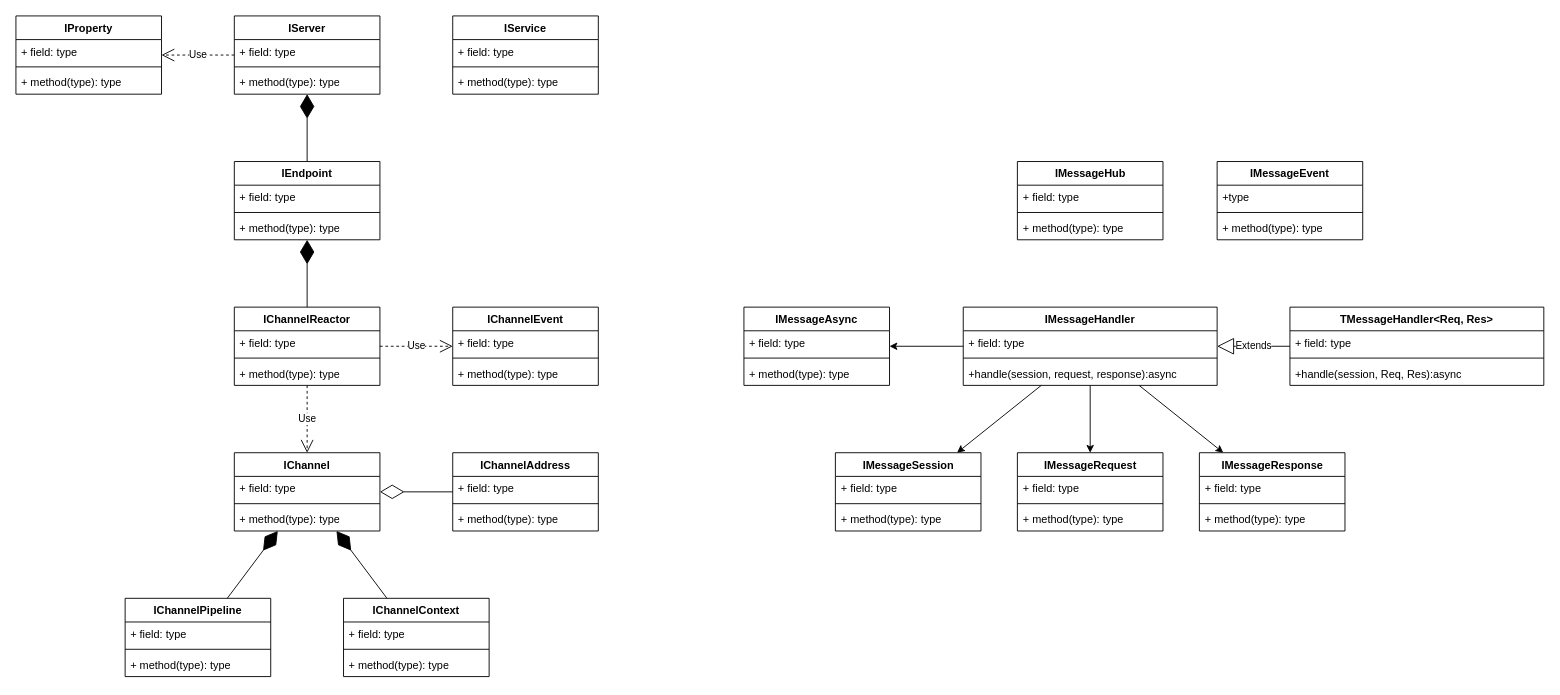
ChivenZhang/OpenMS keeps this draw.io diagram as page "功能结构" (1 of 2) of Document/OpenMS.drawio. Above is the earlier version. Source tidied: cells renumbered, new cells numbered last; positions are measured from the earlier drawing's top-left corner, leaving out a move shared by most shapes. Both pictures are drawn from the tidied source at 91%, with x=0, y=0 at pixel (15, 15).
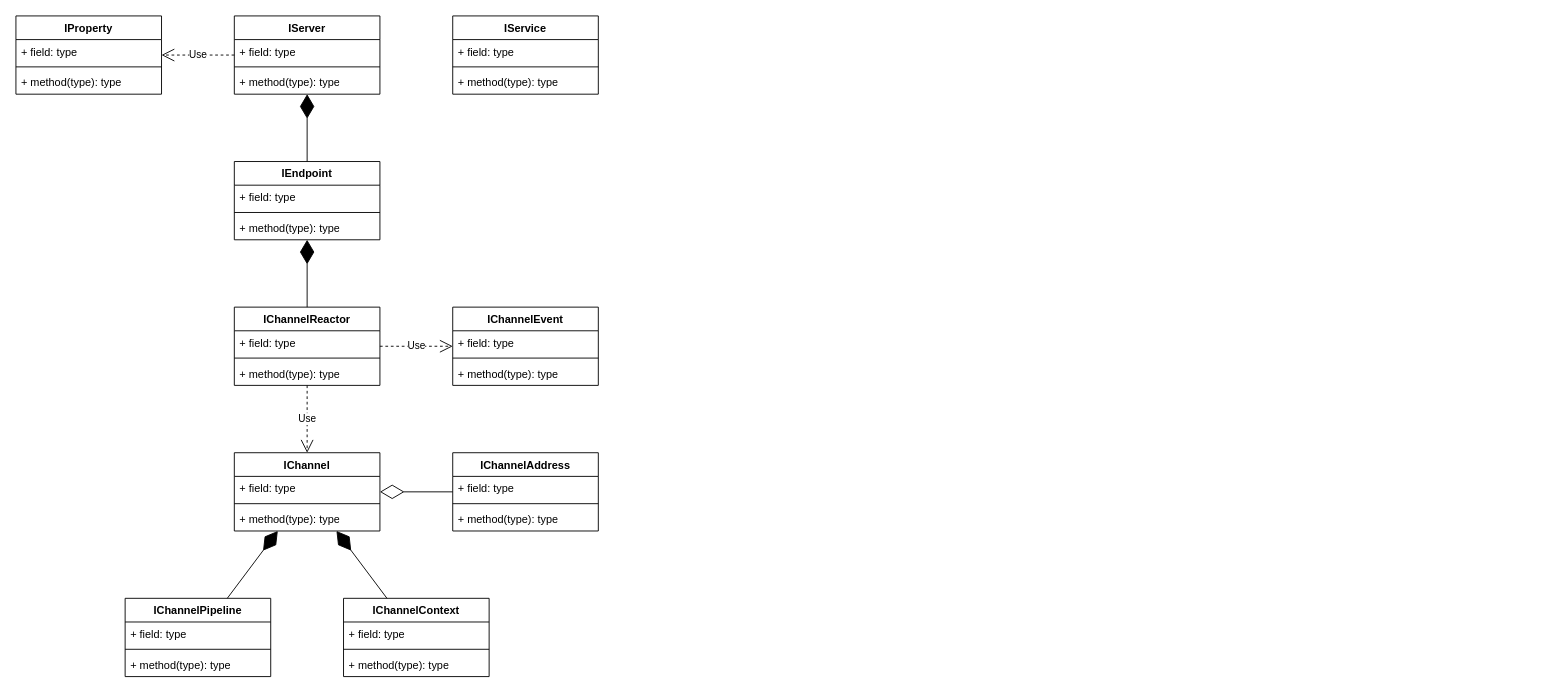
The same diagram, later.

What changed in the source:
```diff
@@
-    <mxCell id="46" value="IMessageEvent" style="swimlane;fontStyle=1;align=center;verticalAlign=top;horizontal=1;startSize=26;whiteSpace=wrap;html=1;" parent="1" vertex="1">
-      <mxGeometry x="1320" y="160" width="160" height="86" as="geometry" />
-    </mxCell>
-    <mxCell id="47" value="+type" style="text;strokeColor=none;fillColor=none;align=left;verticalAlign=top;spacingLeft=4;spacingRight=4;overflow=hidden;whiteSpace=wrap;html=1;" parent="46" vertex="1">
-      <mxGeometry y="26" width="160" height="26" as="geometry" />
-    </mxCell>
-    <mxCell id="48" style="line;strokeWidth=1;fillColor=none;align=left;verticalAlign=middle;spacingTop=-1;spacingLeft=3;spacingRight=3;labelPosition=right;strokeColor=inherit;" parent="46" vertex="1">
-      <mxGeometry y="52" width="160" height="8" as="geometry" />
-    </mxCell>
-    <mxCell id="49" value="+ method(type): type" style="text;strokeColor=none;fillColor=none;align=left;verticalAlign=top;spacingLeft=4;spacingRight=4;overflow=hidden;whiteSpace=wrap;html=1;" parent="46" vertex="1">
-      <mxGeometry y="60" width="160" height="26" as="geometry" />
-    </mxCell>
-    <mxCell id="50" value="IMessageAsync" style="swimlane;fontStyle=1;align=center;verticalAlign=top;horizontal=1;startSize=26;whiteSpace=wrap;html=1;" parent="1" vertex="1">
-      <mxGeometry x="800" y="320" width="160" height="86" as="geometry" />
-    </mxCell>
-    <mxCell id="51" value="+ field: type" style="text;strokeColor=none;fillColor=none;align=left;verticalAlign=top;spacingLeft=4;spacingRight=4;overflow=hidden;whiteSpace=wrap;html=1;" parent="50" vertex="1">
-      <mxGeometry y="26" width="160" height="26" as="geometry" />
-    </mxCell>
-    <mxCell id="52" style="line;strokeWidth=1;fillColor=none;align=left;verticalAlign=middle;spacingTop=-1;spacingLeft=3;spacingRight=3;labelPosition=right;strokeColor=inherit;" parent="50" vertex="1">
-      <mxGeometry y="52" width="160" height="8" as="geometry" />
-    </mxCell>
-    <mxCell id="53" value="+ method(type): type" style="text;strokeColor=none;fillColor=none;align=left;verticalAlign=top;spacingLeft=4;spacingRight=4;overflow=hidden;whiteSpace=wrap;html=1;" parent="50" vertex="1">
-      <mxGeometry y="60" width="160" height="26" as="geometry" />
-    </mxCell>
-    <mxCell id="54" value="IMessageHandler" style="swimlane;fontStyle=1;align=center;verticalAlign=top;horizontal=1;startSize=26;whiteSpace=wrap;html=1;" parent="1" vertex="1">
-      <mxGeometry x="1041" y="320" width="279" height="86" as="geometry" />
-    </mxCell>
-    <mxCell id="55" value="+ field: type" style="text;strokeColor=none;fillColor=none;align=left;verticalAlign=top;spacingLeft=4;spacingRight=4;overflow=hidden;whiteSpace=wrap;html=1;" parent="54" vertex="1">
-      <mxGeometry y="26" width="279" height="26" as="geometry" />
-    </mxCell>
-    <mxCell id="56" style="line;strokeWidth=1;fillColor=none;align=left;verticalAlign=middle;spacingTop=-1;spacingLeft=3;spacingRight=3;labelPosition=right;strokeColor=inherit;" parent="54" vertex="1">
-      <mxGeometry y="52" width="279" height="8" as="geometry" />
-    </mxCell>
-    <mxCell id="57" value="+handle(session, request, response):async" style="text;strokeColor=none;fillColor=none;align=left;verticalAlign=top;spacingLeft=4;spacingRight=4;overflow=hidden;whiteSpace=wrap;html=1;" parent="54" vertex="1">
-      <mxGeometry y="60" width="279" height="26" as="geometry" />
-    </mxCell>
-    <mxCell id="58" value="TMessageHandler&amp;lt;Req, Res&amp;gt;" style="swimlane;fontStyle=1;align=center;verticalAlign=top;horizontal=1;startSize=26;whiteSpace=wrap;html=1;" parent="1" vertex="1">
-      <mxGeometry x="1400" y="320" width="279" height="86" as="geometry" />
-    </mxCell>
-    <mxCell id="59" value="+ field: type" style="text;strokeColor=none;fillColor=none;align=left;verticalAlign=top;spacingLeft=4;spacingRight=4;overflow=hidden;whiteSpace=wrap;html=1;" parent="58" vertex="1">
-      <mxGeometry y="26" width="279" height="26" as="geometry" />
-    </mxCell>
-    <mxCell id="60" style="line;strokeWidth=1;fillColor=none;align=left;verticalAlign=middle;spacingTop=-1;spacingLeft=3;spacingRight=3;labelPosition=right;strokeColor=inherit;" parent="58" vertex="1">
-      <mxGeometry y="52" width="279" height="8" as="geometry" />
-    </mxCell>
-    <mxCell id="61" value="+handle(session, Req, Res):async" style="text;strokeColor=none;fillColor=none;align=left;verticalAlign=top;spacingLeft=4;spacingRight=4;overflow=hidden;whiteSpace=wrap;html=1;" parent="58" vertex="1">
-      <mxGeometry y="60" width="279" height="26" as="geometry" />
-    </mxCell>
-    <mxCell id="62" value="Extends" style="endArrow=block;endSize=16;endFill=0;html=1;rounded=0;" parent="1" edge="1" source="58" target="54">
-      <mxGeometry relative="1" as="geometry" />
-    </mxCell>
-    <mxCell id="63" value="IMessageSession" style="swimlane;fontStyle=1;align=center;verticalAlign=top;horizontal=1;startSize=26;whiteSpace=wrap;html=1;" parent="1" vertex="1">
-      <mxGeometry x="900.5" y="480" width="160" height="86" as="geometry" />
-    </mxCell>
-    <mxCell id="64" value="+ field: type" style="text;strokeColor=none;fillColor=none;align=left;verticalAlign=top;spacingLeft=4;spacingRight=4;overflow=hidden;whiteSpace=wrap;html=1;" parent="63" vertex="1">
-      <mxGeometry y="26" width="160" height="26" as="geometry" />
-    </mxCell>
-    <mxCell id="65" style="line;strokeWidth=1;fillColor=none;align=left;verticalAlign=middle;spacingTop=-1;spacingLeft=3;spacingRight=3;labelPosition=right;strokeColor=inherit;" parent="63" vertex="1">
-      <mxGeometry y="52" width="160" height="8" as="geometry" />
-    </mxCell>
-    <mxCell id="66" value="+ method(type): type" style="text;strokeColor=none;fillColor=none;align=left;verticalAlign=top;spacingLeft=4;spacingRight=4;overflow=hidden;whiteSpace=wrap;html=1;" parent="63" vertex="1">
-      <mxGeometry y="60" width="160" height="26" as="geometry" />
-    </mxCell>
-    <mxCell id="67" value="IMessageRequest" style="swimlane;fontStyle=1;align=center;verticalAlign=top;horizontal=1;startSize=26;whiteSpace=wrap;html=1;" parent="1" vertex="1">
-      <mxGeometry x="1100.5" y="480" width="160" height="86" as="geometry" />
-    </mxCell>
-    <mxCell id="68" value="+ field: type" style="text;strokeColor=none;fillColor=none;align=left;verticalAlign=top;spacingLeft=4;spacingRight=4;overflow=hidden;whiteSpace=wrap;html=1;" parent="67" vertex="1">
-      <mxGeometry y="26" width="160" height="26" as="geometry" />
-    </mxCell>
-    <mxCell id="69" style="line;strokeWidth=1;fillColor=none;align=left;verticalAlign=middle;spacingTop=-1;spacingLeft=3;spacingRight=3;labelPosition=right;strokeColor=inherit;" parent="67" vertex="1">
-      <mxGeometry y="52" width="160" height="8" as="geometry" />
-    </mxCell>
-    <mxCell id="70" value="+ method(type): type" style="text;strokeColor=none;fillColor=none;align=left;verticalAlign=top;spacingLeft=4;spacingRight=4;overflow=hidden;whiteSpace=wrap;html=1;" parent="67" vertex="1">
-      <mxGeometry y="60" width="160" height="26" as="geometry" />
-    </mxCell>
-    <mxCell id="71" value="IMessageResponse" style="swimlane;fontStyle=1;align=center;verticalAlign=top;horizontal=1;startSize=26;whiteSpace=wrap;html=1;" parent="1" vertex="1">
-      <mxGeometry x="1300.5" y="480" width="160" height="86" as="geometry" />
-    </mxCell>
-    <mxCell id="72" value="+ field: type" style="text;strokeColor=none;fillColor=none;align=left;verticalAlign=top;spacingLeft=4;spacingRight=4;overflow=hidden;whiteSpace=wrap;html=1;" parent="71" vertex="1">
-      <mxGeometry y="26" width="160" height="26" as="geometry" />
-    </mxCell>
-    <mxCell id="73" style="line;strokeWidth=1;fillColor=none;align=left;verticalAlign=middle;spacingTop=-1;spacingLeft=3;spacingRight=3;labelPosition=right;strokeColor=inherit;" parent="71" vertex="1">
-      <mxGeometry y="52" width="160" height="8" as="geometry" />
-    </mxCell>
-    <mxCell id="74" value="+ method(type): type" style="text;strokeColor=none;fillColor=none;align=left;verticalAlign=top;spacingLeft=4;spacingRight=4;overflow=hidden;whiteSpace=wrap;html=1;" parent="71" vertex="1">
-      <mxGeometry y="60" width="160" height="26" as="geometry" />
-    </mxCell>
-    <mxCell id="75" style="endArrow=classic;html=1;rounded=0;" parent="1" edge="1" source="54" target="63">
-      <mxGeometry relative="1" as="geometry" />
-    </mxCell>
-    <mxCell id="76" style="endArrow=classic;html=1;rounded=0;" parent="1" edge="1" source="54" target="67">
-      <mxGeometry relative="1" as="geometry" />
-    </mxCell>
-    <mxCell id="77" style="endArrow=classic;html=1;rounded=0;" parent="1" edge="1" source="54" target="71">
-      <mxGeometry relative="1" as="geometry" />
-    </mxCell>
-    <mxCell id="78" style="endArrow=classic;html=1;rounded=0;" parent="1" edge="1" source="54" target="50">
-      <mxGeometry relative="1" as="geometry" />
-    </mxCell>
-    <mxCell id="79" value="IMessageHub" style="swimlane;fontStyle=1;align=center;verticalAlign=top;horizontal=1;startSize=26;whiteSpace=wrap;html=1;" parent="1" vertex="1">
-      <mxGeometry x="1100.5" y="160" width="160" height="86" as="geometry" />
-    </mxCell>
-    <mxCell id="80" value="+ field: type" style="text;strokeColor=none;fillColor=none;align=left;verticalAlign=top;spacingLeft=4;spacingRight=4;overflow=hidden;whiteSpace=wrap;html=1;" parent="79" vertex="1">
-      <mxGeometry y="26" width="160" height="26" as="geometry" />
-    </mxCell>
-    <mxCell id="81" style="line;strokeWidth=1;fillColor=none;align=left;verticalAlign=middle;spacingTop=-1;spacingLeft=3;spacingRight=3;labelPosition=right;strokeColor=inherit;" parent="79" vertex="1">
-      <mxGeometry y="52" width="160" height="8" as="geometry" />
-    </mxCell>
-    <mxCell id="82" value="+ method(type): type" style="text;strokeColor=none;fillColor=none;align=left;verticalAlign=top;spacingLeft=4;spacingRight=4;overflow=hidden;whiteSpace=wrap;html=1;" parent="79" vertex="1">
-      <mxGeometry y="60" width="160" height="26" as="geometry" />
-    </mxCell>
```
